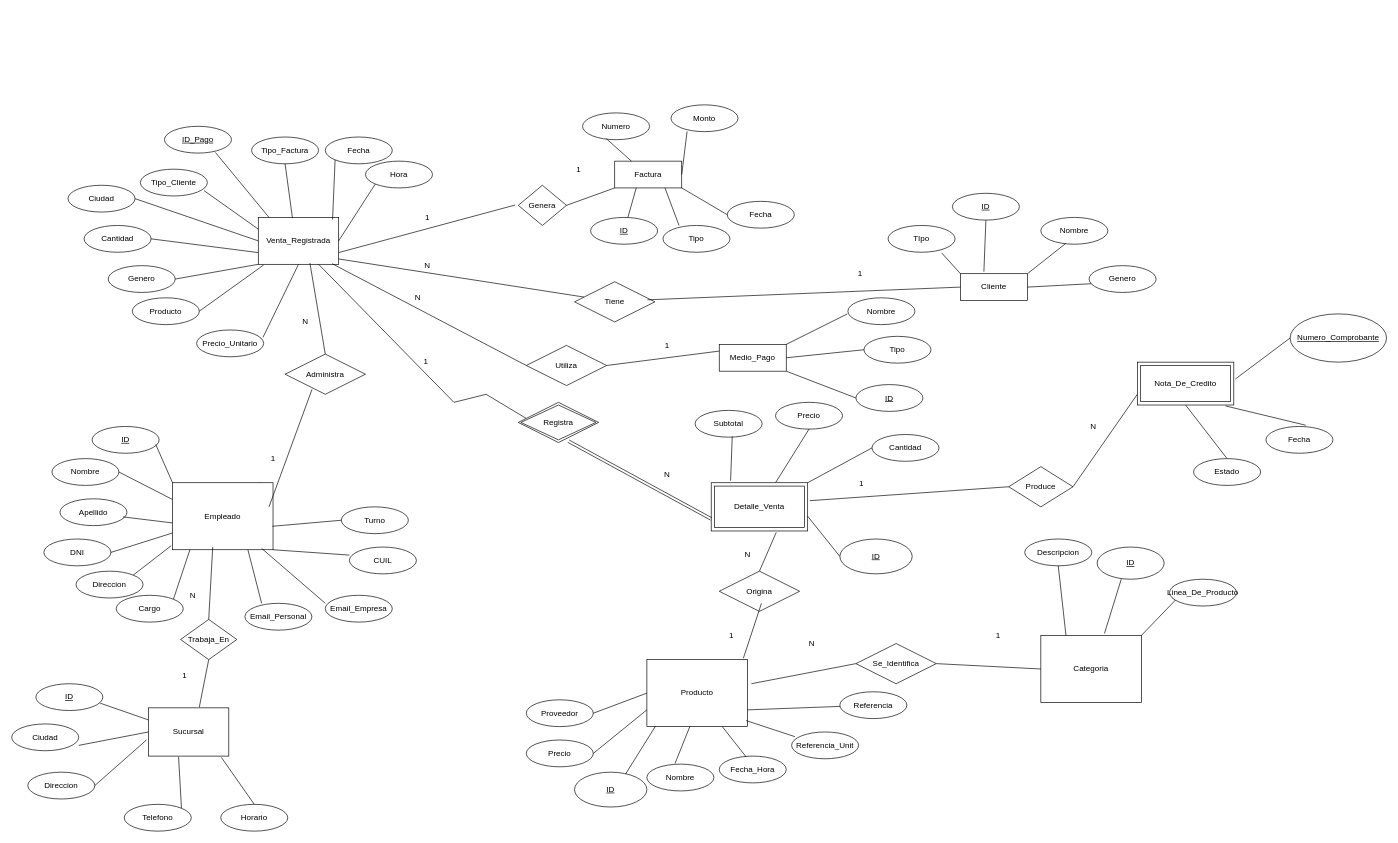
The draw.io diagram DER.drawio in MirkoAhad/Aurora-DB, before the edit. Source tidied: cells renumbered, new cells numbered last; positions are measured from the earlier drawing's top-left corner, leaving out a move shared by most shapes. Both pictures are drawn from the tidied source at 67%, with x=0, y=0 at pixel (11, 105).
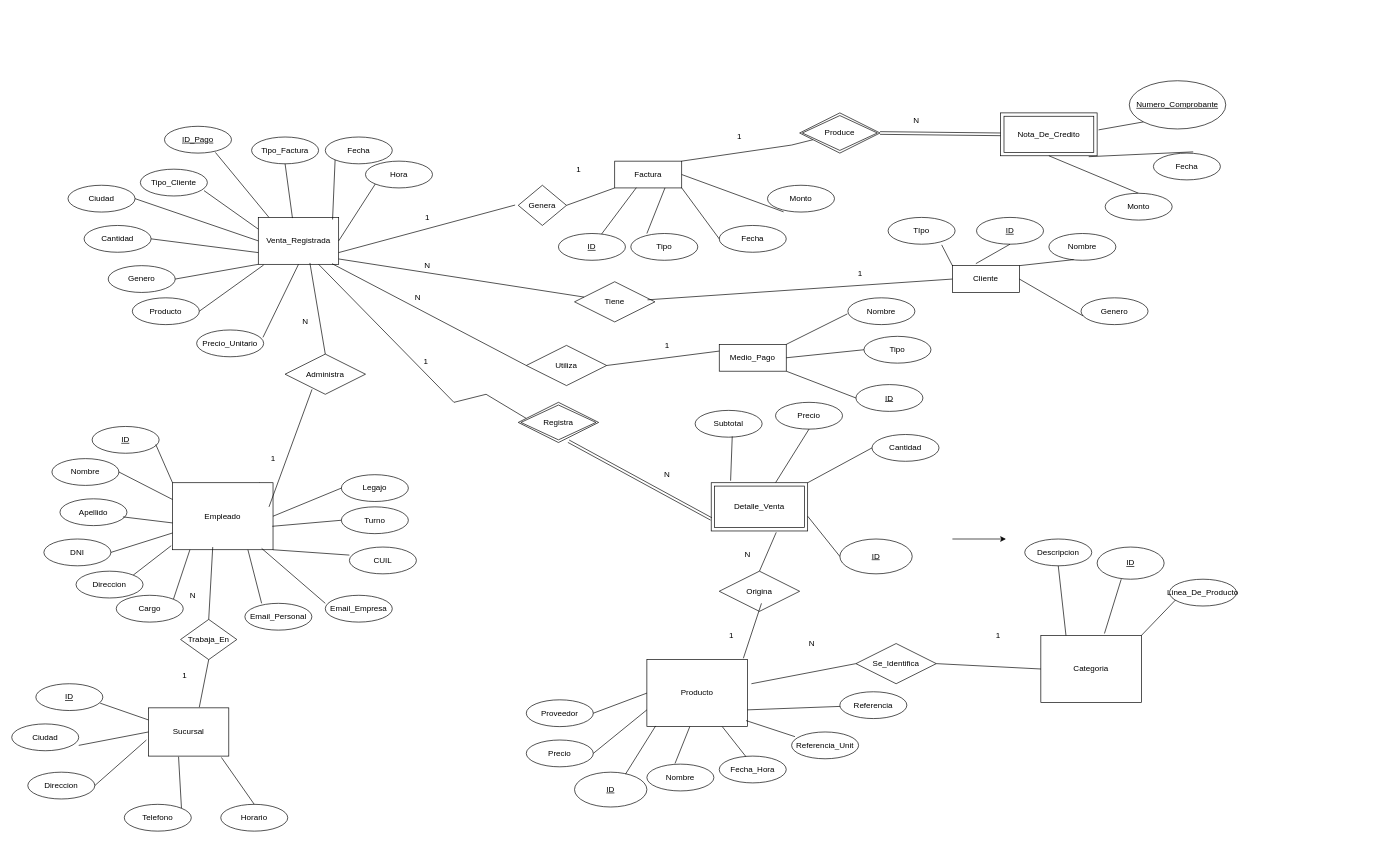
Above is the later version.

Unchanged cells that the change refers to:
```xml
<mxCell id="33" value="Empleado" style="whiteSpace=wrap;html=1;align=center;" parent="1" vertex="1">
  <mxGeometry x="240" y="564" width="150" height="100" as="geometry" />
</mxCell>
<mxCell id="85" value="Factura" style="whiteSpace=wrap;html=1;align=center;" parent="1" vertex="1">
  <mxGeometry x="900" y="84" width="100" height="40" as="geometry" />
</mxCell>
<mxCell id="115" value="Detalle_Venta" style="shape=ext;margin=3;double=1;whiteSpace=wrap;html=1;align=center;" parent="1" vertex="1">
  <mxGeometry x="1044" y="564" width="144" height="72" as="geometry" />
</mxCell>
```

Diff of the diagram source:
```diff
@@
     <mxCell id="6" value="Cliente" style="whiteSpace=wrap;html=1;align=center;" parent="1" vertex="1">
-      <mxGeometry x="1416" y="252" width="100" height="40" as="geometry" />
+      <mxGeometry x="1404" y="240" width="100" height="40" as="geometry" />
     </mxCell>
@@
     <mxCell id="8" value="ID" style="ellipse;whiteSpace=wrap;html=1;align=center;fontStyle=4;" parent="1" vertex="1">
-      <mxGeometry x="1404" y="132" width="100" height="40" as="geometry" />
+      <mxGeometry x="1440" y="168" width="100" height="40" as="geometry" />
     </mxCell>
@@
     <mxCell id="21" value="Nombre" style="ellipse;whiteSpace=wrap;html=1;align=center;" parent="1" vertex="1">
-      <mxGeometry x="1536" y="168" width="100" height="40" as="geometry" />
+      <mxGeometry x="1548" y="192" width="100" height="40" as="geometry" />
     </mxCell>
     <mxCell id="22" value="Genero" style="ellipse;whiteSpace=wrap;html=1;align=center;" parent="1" vertex="1">
-      <mxGeometry x="1608" y="240" width="100" height="40" as="geometry" />
+      <mxGeometry x="1596" y="288" width="100" height="40" as="geometry" />
     </mxCell>
     <mxCell id="23" value="TIpo" style="ellipse;whiteSpace=wrap;html=1;align=center;" parent="1" vertex="1">
-      <mxGeometry x="1308" y="180" width="100" height="40" as="geometry" />
+      <mxGeometry x="1308" y="168" width="100" height="40" as="geometry" />
     </mxCell>
@@
     <mxCell id="93" value="Tipo" style="ellipse;whiteSpace=wrap;html=1;align=center;" parent="1" vertex="1">
-      <mxGeometry x="972" y="180" width="100" height="40" as="geometry" />
+      <mxGeometry x="924" y="192" width="100" height="40" as="geometry" />
     </mxCell>
     <mxCell id="94" value="Fecha" style="ellipse;whiteSpace=wrap;html=1;align=center;" parent="1" vertex="1">
-      <mxGeometry x="1068" y="144" width="100" height="40" as="geometry" />
+      <mxGeometry x="1056" y="180" width="100" height="40" as="geometry" />
     </mxCell>
@@
     <mxCell id="98" value="Monto" style="ellipse;whiteSpace=wrap;html=1;align=center;" parent="1" vertex="1">
-      <mxGeometry x="984" width="100" height="40" as="geometry" />
+      <mxGeometry x="1128" y="120" width="100" height="40" as="geometry" />
     </mxCell>
-    <mxCell id="99" value="Numero" style="ellipse;whiteSpace=wrap;html=1;align=center;" parent="1" vertex="1">
-      <mxGeometry x="852" y="12" width="100" height="40" as="geometry" />
-    </mxCell>
@@
     <mxCell id="101" value="ID" style="ellipse;whiteSpace=wrap;html=1;align=center;fontStyle=4;" parent="1" vertex="1">
-      <mxGeometry x="864" y="168" width="100" height="40" as="geometry" />
+      <mxGeometry x="816" y="192" width="100" height="40" as="geometry" />
     </mxCell>
-    <mxCell id="102" style="endArrow=none;html=1;rounded=0;entryX=0.353;entryY=0.958;entryDx=0;entryDy=0;entryPerimeter=0;exitX=0.25;exitY=0;exitDx=0;exitDy=0;" parent="1" edge="1" source="85" target="99">
-      <mxGeometry relative="1" as="geometry" />
-    </mxCell>
@@
     <mxCell id="154" value="Numero_Comprobante" style="ellipse;whiteSpace=wrap;html=1;align=center;fontStyle=4;" parent="1" vertex="1">
-      <mxGeometry x="1908" y="312" width="144" height="72" as="geometry" />
+      <mxGeometry x="1668" y="-36" width="144" height="72" as="geometry" />
     </mxCell>
-    <mxCell id="155" style="endArrow=none;html=1;rounded=0;entryX=0;entryY=0.5;entryDx=0;entryDy=0;exitX=1.015;exitY=0.396;exitDx=0;exitDy=0;exitPerimeter=0;" parent="1" edge="1" source="162" target="154">
+    <mxCell id="155" style="endArrow=none;html=1;rounded=0;entryX=0;entryY=1;entryDx=0;entryDy=0;exitX=1.015;exitY=0.396;exitDx=0;exitDy=0;exitPerimeter=0;" parent="1" edge="1" source="162" target="154">
       <mxGeometry relative="1" as="geometry" />
     </mxCell>
-    <mxCell id="156" style="edgeStyle=none;rounded=0;orthogonalLoop=1;jettySize=auto;html=1;entryX=0;entryY=0.5;entryDx=0;entryDy=0;" parent="1" edge="1" source="154" target="154">
-      <mxGeometry relative="1" as="geometry" />
+    <mxCell id="156" style="edgeStyle=none;rounded=0;orthogonalLoop=1;jettySize=auto;html=1;entryX=0;entryY=0.5;entryDx=0;entryDy=0;" parent="1" edge="1">
+      <mxGeometry relative="1" as="geometry">
+        <mxPoint x="1884" y="-132" as="sourcePoint" />
+        <mxPoint x="1884" y="-132" as="targetPoint" />
+      </mxGeometry>
     </mxCell>
-    <mxCell id="157" value="Produce" style="shape=rhombus;perimeter=rhombusPerimeter;whiteSpace=wrap;html=1;align=center;" parent="1" vertex="1">
-      <mxGeometry x="1488" y="540" width="96" height="60" as="geometry" />
-    </mxCell>
-    <mxCell id="158" style="endArrow=none;html=1;rounded=0;exitX=1.022;exitY=0.372;exitDx=0;exitDy=0;exitPerimeter=0;entryX=0;entryY=0.5;entryDx=0;entryDy=0;" parent="1" edge="1" source="115" target="157">
-      <mxGeometry relative="1" as="geometry" />
-    </mxCell>
-    <mxCell id="159" style="endArrow=none;html=1;rounded=0;entryX=0;entryY=0.75;entryDx=0;entryDy=0;exitX=1;exitY=0.5;exitDx=0;exitDy=0;" parent="1" edge="1" source="157" target="162">
-      <mxGeometry relative="1" as="geometry" />
-    </mxCell>
@@
     <mxCell id="161" value="Fecha" style="ellipse;whiteSpace=wrap;html=1;align=center;" parent="1" vertex="1">
-      <mxGeometry x="1872" y="480" width="100" height="40" as="geometry" />
+      <mxGeometry x="1704" y="72" width="100" height="40" as="geometry" />
     </mxCell>
     <mxCell id="162" value="Nota_De_Credito" style="shape=ext;margin=3;double=1;whiteSpace=wrap;html=1;align=center;" parent="1" vertex="1">
-      <mxGeometry x="1680" y="384" width="144" height="64" as="geometry" />
+      <mxGeometry x="1476" y="12" width="144" height="64" as="geometry" />
     </mxCell>
     <mxCell id="163" value="N" style="text;html=1;align=center;verticalAlign=middle;strokeColor=none;fillColor=none;" parent="1" vertex="1">
-      <mxGeometry x="1596" y="468" width="36" height="24" as="geometry" />
+      <mxGeometry x="1332" y="12" width="36" height="24" as="geometry" />
     </mxCell>
     <mxCell id="164" value="1" style="text;html=1;align=center;verticalAlign=middle;strokeColor=none;fillColor=none;" parent="1" vertex="1">
-      <mxGeometry x="1250" y="553" width="36" height="24" as="geometry" />
+      <mxGeometry x="1068" y="36" width="36" height="24" as="geometry" />
     </mxCell>
@@
-    <mxCell id="166" value="Estado" style="ellipse;whiteSpace=wrap;html=1;align=center;" parent="1" vertex="1">
-      <mxGeometry x="1764" y="528" width="100" height="40" as="geometry" />
+    <mxCell id="166" value="Monto" style="ellipse;whiteSpace=wrap;html=1;align=center;" parent="1" vertex="1">
+      <mxGeometry x="1632" y="132" width="100" height="40" as="geometry" />
     </mxCell>
+    <mxCell id="167" value="Legajo" style="ellipse;whiteSpace=wrap;html=1;align=center;" parent="1" vertex="1">
+      <mxGeometry x="492" y="552" width="100" height="40" as="geometry" />
+    </mxCell>
+    <mxCell id="168" style="endArrow=none;html=1;rounded=0;entryX=0;entryY=0.5;entryDx=0;entryDy=0;exitX=1;exitY=0.5;exitDx=0;exitDy=0;" parent="1" edge="1" source="33" target="167">
+      <mxGeometry relative="1" as="geometry" />
+    </mxCell>
+    <mxCell id="169" style="edgeStyle=none;orthogonalLoop=1;jettySize=auto;html=1;rounded=0;" parent="1" edge="1">
+      <mxGeometry relative="1" as="geometry">
+        <mxPoint x="1404" y="648" as="sourcePoint" />
+        <mxPoint x="1484" y="648" as="targetPoint" />
+      </mxGeometry>
+    </mxCell>
+    <mxCell id="170" style="endArrow=none;html=1;rounded=0;exitX=1;exitY=0;exitDx=0;exitDy=0;" parent="1" edge="1" source="85" target="157">
+      <mxGeometry relative="1" as="geometry">
+        <Array as="points">
+          <mxPoint x="1164" y="60" />
+        </Array>
+      </mxGeometry>
+    </mxCell>
+    <mxCell id="159" style="shape=link;html=1;rounded=0;entryX=0;entryY=0.5;entryDx=0;entryDy=0;exitX=1;exitY=0.5;exitDx=0;exitDy=0;" parent="1" edge="1" source="157" target="162">
+      <mxGeometry relative="1" as="geometry" />
+    </mxCell>
+    <mxCell id="157" value="Produce" style="shape=rhombus;double=1;perimeter=rhombusPerimeter;whiteSpace=wrap;html=1;align=center;" parent="1" vertex="1">
+      <mxGeometry x="1176" y="12" width="120" height="60" as="geometry" />
+    </mxCell>
```
